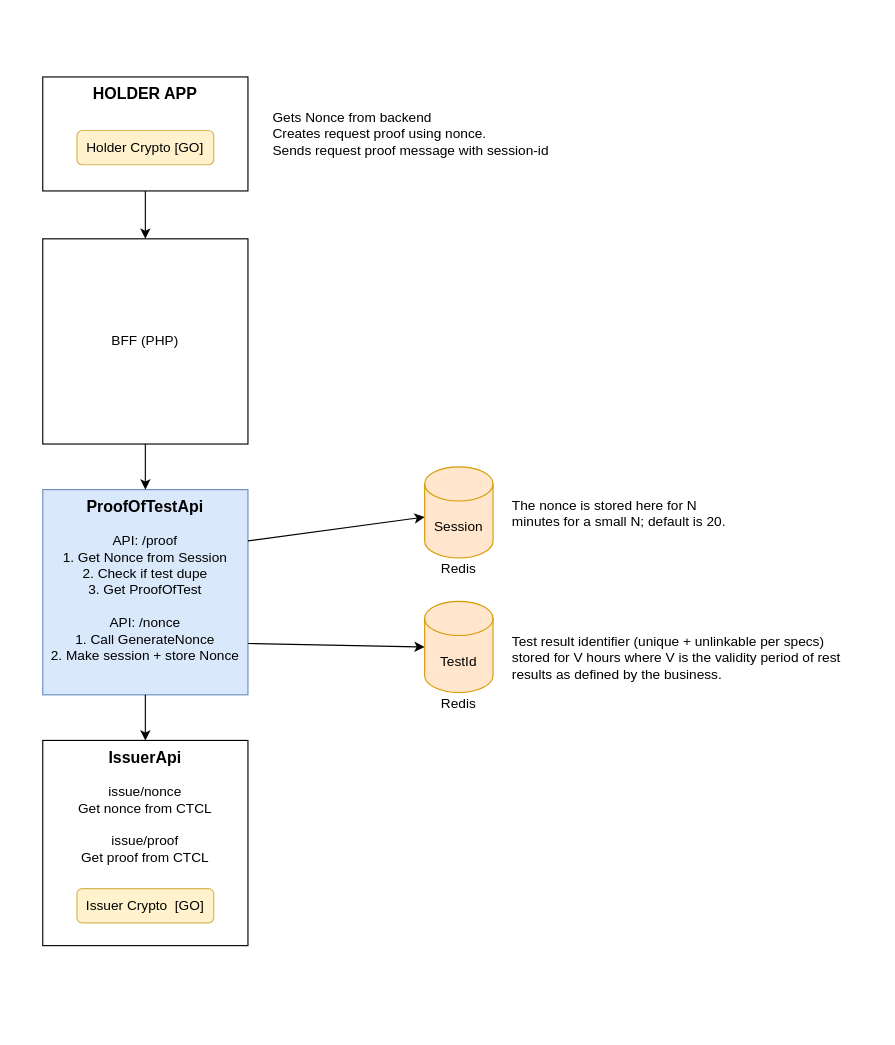
The draw.io diagram docs/Simple-backend-diagram.drawio in minvws/nl-covid19-coronacheck-app-dgcg-integration, before the edit. Source tidied: cells renumbered, new cells numbered last; positions are measured from the earlier drawing's top-left corner, leaving out a move shared by most shapes. Both pictures are drawn from the tidied source at 114%, with x=0, y=0 at pixel (42, 76).
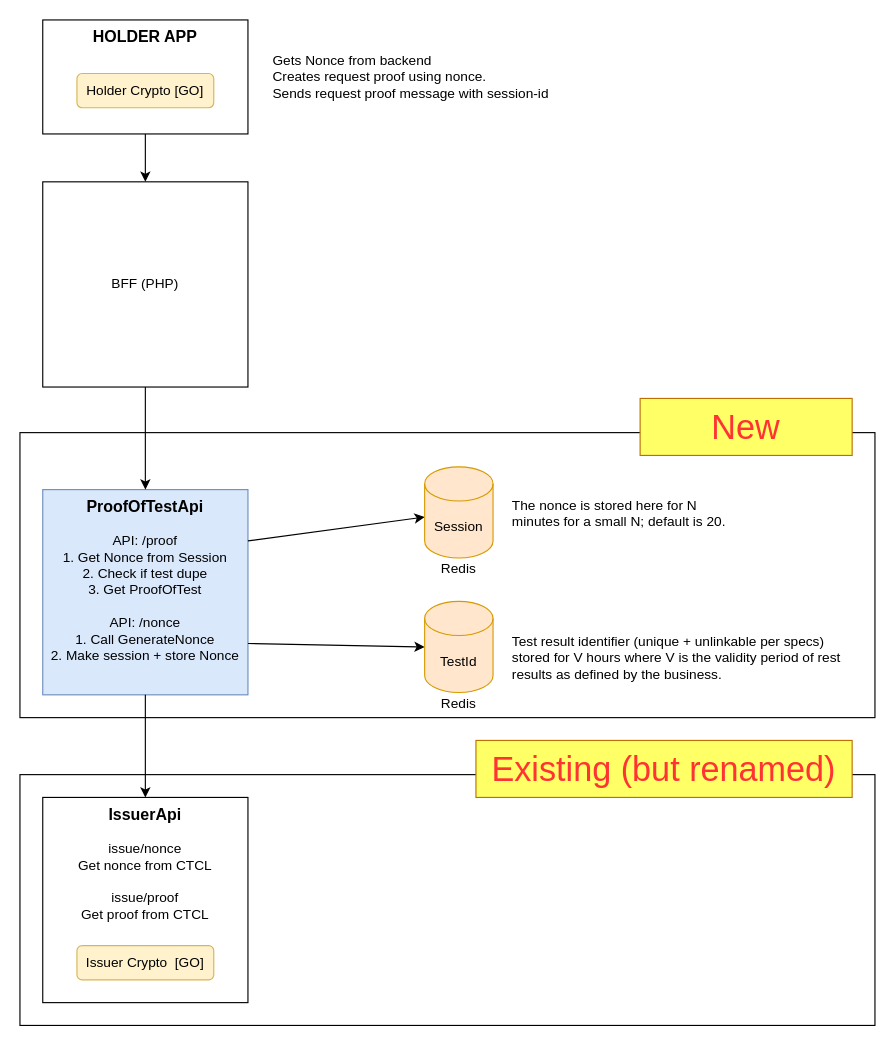
The same diagram, later.

Diff of the diagram source:
```diff
@@
+    <mxCell id="24" style="rounded=0;whiteSpace=wrap;html=1;fontSize=30;fontColor=#FF3333;align=center;fillColor=none;" parent="1" vertex="1">
+      <mxGeometry x="-20" y="612" width="750" height="220" as="geometry" />
+    </mxCell>
+    <mxCell id="25" style="rounded=0;whiteSpace=wrap;html=1;fontSize=30;fontColor=#FF3333;align=center;fillColor=none;" parent="1" vertex="1">
+      <mxGeometry x="-20" y="312" width="750" height="250" as="geometry" />
+    </mxCell>
     <mxCell id="2" value="BFF (PHP)" style="whiteSpace=wrap;html=1;" parent="1" vertex="1">
-      <mxGeometry y="142" width="180" height="180" as="geometry" />
+      <mxGeometry y="92" width="180" height="180" as="geometry" />
     </mxCell>
@@
     <mxCell id="6" value="Gets Nonce from backend&lt;br&gt;Creates request proof using nonce.&lt;br&gt;Sends request proof message with session-id&amp;nbsp;" style="text;html=1;strokeColor=none;fillColor=none;align=left;verticalAlign=middle;whiteSpace=wrap;rounded=0;" parent="1" vertex="1">
-      <mxGeometry x="200" y="20" width="290" height="60" as="geometry" />
+      <mxGeometry x="200" y="-30" width="290" height="60" as="geometry" />
     </mxCell>
@@
     <mxCell id="15" style="group;" parent="1" vertex="1">
-      <mxGeometry y="582" width="190" height="180" as="geometry" />
+      <mxGeometry y="632" width="190" height="180" as="geometry" />
     </mxCell>
@@
     <mxCell id="18" style="group;" parent="1" vertex="1">
-      <mxGeometry width="180" height="100" as="geometry" />
+      <mxGeometry y="-50" width="180" height="100" as="geometry" />
     </mxCell>
@@
+    <mxCell id="26" value="New" style="text;html=1;strokeColor=#BD7000;align=center;verticalAlign=middle;whiteSpace=wrap;rounded=0;fontSize=30;fillColor=#FFFF66;fontColor=#FF3333;" parent="1" vertex="1">
+      <mxGeometry x="524" y="282" width="186" height="50" as="geometry" />
+    </mxCell>
+    <mxCell id="27" value="Existing (but renamed)" style="text;html=1;strokeColor=#BD7000;align=center;verticalAlign=middle;whiteSpace=wrap;rounded=0;fontSize=30;fillColor=#FFFF66;fontColor=#FF3333;" parent="1" vertex="1">
+      <mxGeometry x="380" y="582" width="330" height="50" as="geometry" />
+    </mxCell>
```
